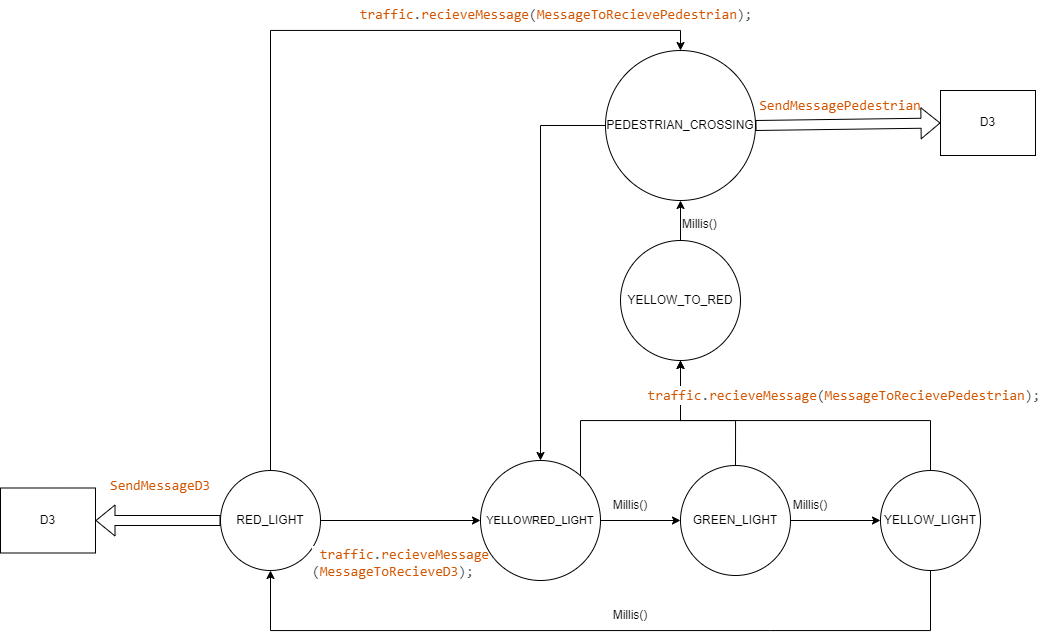
Before: Traffic_light/Diagrams/D1D2 state machine.png, a diagram exported from draw.io (DustyPetrol/Mictrocontrolers_WS2024_Traffic_light). Source tidied: cells renumbered, new cells last; positions are measured from the earlier drawing's top-left corner, leaving out a move shared by most shapes. Its diagram source:
```xml
<mxGraphModel>
  <root>
    <mxCell id="0" />
    <mxCell id="1" parent="0" />
    <mxCell id="2" style="edgeStyle=orthogonalEdgeStyle;rounded=0;jettySize=auto;html=1;" parent="1" edge="1" source="4" target="7">
      <mxGeometry relative="1" as="geometry" />
    </mxCell>
    <mxCell id="3" style="edgeStyle=orthogonalEdgeStyle;rounded=0;jettySize=auto;html=1;entryX=0.5;entryY=0;entryDx=0;entryDy=0;" parent="1" edge="1" source="4" target="22">
      <mxGeometry relative="1" as="geometry">
        <Array as="points">
          <mxPoint x="270" y="30" />
          <mxPoint x="680" y="30" />
        </Array>
      </mxGeometry>
    </mxCell>
    <mxCell id="4" value="RED_LIGHT" style="ellipse;whiteSpace=wrap;html=1;" parent="1" vertex="1">
      <mxGeometry x="220" y="470" width="100" height="100" as="geometry" />
    </mxCell>
    <mxCell id="5" style="edgeStyle=orthogonalEdgeStyle;rounded=0;jettySize=auto;html=1;" parent="1" edge="1" source="7" target="10">
      <mxGeometry relative="1" as="geometry" />
    </mxCell>
    <mxCell id="6" style="edgeStyle=orthogonalEdgeStyle;rounded=0;jettySize=auto;html=1;entryX=0.5;entryY=1;entryDx=0;entryDy=0;" parent="1" edge="1" source="7" target="19">
      <mxGeometry relative="1" as="geometry">
        <Array as="points">
          <mxPoint x="580" y="420" />
          <mxPoint x="680" y="420" />
        </Array>
      </mxGeometry>
    </mxCell>
    <mxCell id="7" value="&lt;font style=&quot;font-size: 11px;&quot;&gt;YELLOWRED_LIGHT&lt;/font&gt;" style="ellipse;whiteSpace=wrap;html=1;" parent="1" vertex="1">
      <mxGeometry x="480" y="460" width="120" height="120" as="geometry" />
    </mxCell>
    <mxCell id="8" style="edgeStyle=orthogonalEdgeStyle;rounded=0;jettySize=auto;html=1;entryX=0;entryY=0.5;entryDx=0;entryDy=0;" parent="1" edge="1" source="10" target="13">
      <mxGeometry relative="1" as="geometry" />
    </mxCell>
    <mxCell id="9" style="edgeStyle=orthogonalEdgeStyle;rounded=0;jettySize=auto;html=1;entryX=0.5;entryY=1;entryDx=0;entryDy=0;" parent="1" edge="1" source="10" target="19">
      <mxGeometry relative="1" as="geometry">
        <Array as="points">
          <mxPoint x="735" y="420" />
          <mxPoint x="680" y="420" />
        </Array>
      </mxGeometry>
    </mxCell>
    <mxCell id="10" value="GREEN_LIGHT" style="ellipse;whiteSpace=wrap;html=1;" parent="1" vertex="1">
      <mxGeometry x="680" y="465" width="110" height="110" as="geometry" />
    </mxCell>
    <mxCell id="11" style="edgeStyle=orthogonalEdgeStyle;rounded=0;jettySize=auto;html=1;exitX=0.5;exitY=1;exitDx=0;exitDy=0;entryX=0.5;entryY=1;entryDx=0;entryDy=0;" parent="1" edge="1" source="13" target="4">
      <mxGeometry relative="1" as="geometry">
        <Array as="points">
          <mxPoint x="770" y="630" />
          <mxPoint x="360" y="630" />
        </Array>
      </mxGeometry>
    </mxCell>
    <mxCell id="12" style="edgeStyle=orthogonalEdgeStyle;rounded=0;jettySize=auto;html=1;entryX=0.5;entryY=1;entryDx=0;entryDy=0;exitX=0.5;exitY=0;exitDx=0;exitDy=0;" parent="1" edge="1" source="13">
      <mxGeometry relative="1" as="geometry">
        <mxPoint x="680" y="350" as="targetPoint" />
        <Array as="points">
          <mxPoint x="930" y="420" />
          <mxPoint x="680" y="420" />
        </Array>
      </mxGeometry>
    </mxCell>
    <mxCell id="13" value="YELLOW_LIGHT" style="ellipse;whiteSpace=wrap;html=1;" parent="1" vertex="1">
      <mxGeometry x="880" y="470" width="100" height="100" as="geometry" />
    </mxCell>
    <mxCell id="14" value="&lt;span style=&quot;color: rgba(0, 0, 0, 0); font-family: monospace; font-size: 0px; text-align: start; text-wrap: nowrap;&quot;&gt;%3CmxGraphModel%3E%3Croot%3E%3CmxCell%20id%3D%220%22%2F%3E%3CmxCell%20id%3D%221%22%20parent%3D%220%22%2F%3E%3CmxCell%20id%3D%222%22%20value%3D%22ReceavedMessage%20%3D%3D%20200%22%20style%3D%22text%3BwhiteSpace%3Dwrap%3B%22%20vertex%3D%221%22%20parent%3D%221%22%3E%3CmxGeometry%20x%3D%22300%22%20y%3D%22-180%22%20width%3D%22120%22%20height%3D%2240%22%20as%3D%22geometry%22%2F%3E%3C%2FmxCell%3E%3C%2Froot%3E%3C%2FmxGraphModel%3E&lt;/span&gt;" style="text;html=1;align=center;verticalAlign=middle;whiteSpace=wrap;rounded=0;" parent="1" vertex="1">
      <mxGeometry x="400" y="490" width="60" height="30" as="geometry" />
    </mxCell>
    <mxCell id="15" value="Millis()" style="text;html=1;align=center;verticalAlign=middle;whiteSpace=wrap;rounded=0;" parent="1" vertex="1">
      <mxGeometry x="600" y="490" width="60" height="30" as="geometry" />
    </mxCell>
    <mxCell id="16" value="Millis()" style="text;html=1;align=center;verticalAlign=middle;whiteSpace=wrap;rounded=0;" parent="1" vertex="1">
      <mxGeometry x="780" y="490" width="60" height="30" as="geometry" />
    </mxCell>
    <mxCell id="17" value="Millis()" style="text;html=1;align=center;verticalAlign=middle;whiteSpace=wrap;rounded=0;" parent="1" vertex="1">
      <mxGeometry x="600" y="600" width="60" height="30" as="geometry" />
    </mxCell>
    <mxCell id="18" style="edgeStyle=orthogonalEdgeStyle;rounded=0;jettySize=auto;html=1;entryX=0.5;entryY=1;entryDx=0;entryDy=0;" parent="1" edge="1" source="19" target="22">
      <mxGeometry relative="1" as="geometry" />
    </mxCell>
    <mxCell id="19" value="YELLOW_TO_RED" style="ellipse;whiteSpace=wrap;html=1;" parent="1" vertex="1">
      <mxGeometry x="620" y="240" width="120" height="120" as="geometry" />
    </mxCell>
    <mxCell id="20" value="&lt;div style=&quot;color: rgb(78, 91, 97); background-color: rgb(255, 255, 255); font-family: Consolas, &amp;quot;Courier New&amp;quot;, monospace; font-size: 14px; line-height: 19px; white-space: pre;&quot;&gt;&amp;nbsp;&lt;span style=&quot;color: #d35400;&quot;&gt;traffic&lt;/span&gt;.&lt;span style=&quot;color: #d35400;&quot;&gt;recieveMessage&lt;/span&gt;&lt;span style=&quot;color: #434f54;&quot;&gt;(&lt;/span&gt;&lt;span style=&quot;color: rgb(211, 84, 0);&quot;&gt;MessageToRecievePedestrian&lt;/span&gt;&lt;span style=&quot;color: rgb(67, 79, 84);&quot;&gt;)&lt;/span&gt;;&lt;br&gt;&lt;/div&gt;" style="text;html=1;align=center;verticalAlign=middle;whiteSpace=wrap;rounded=0;" parent="1" vertex="1">
      <mxGeometry x="810" y="380" width="60" height="30" as="geometry" />
    </mxCell>
    <mxCell id="21" style="edgeStyle=orthogonalEdgeStyle;rounded=0;jettySize=auto;html=1;entryX=0.5;entryY=0;entryDx=0;entryDy=0;" parent="1" edge="1" source="22" target="7">
      <mxGeometry relative="1" as="geometry" />
    </mxCell>
    <mxCell id="22" value="PEDESTRIAN_CROSSING" style="ellipse;whiteSpace=wrap;html=1;" parent="1" vertex="1">
      <mxGeometry x="605" y="50" width="150" height="150" as="geometry" />
    </mxCell>
    <mxCell id="23" value="&lt;span style=&quot;color: rgb(0, 0, 0); font-family: Helvetica; font-size: 12px; font-style: normal; font-variant-ligatures: normal; font-variant-caps: normal; font-weight: 400; letter-spacing: normal; orphans: 2; text-align: center; text-indent: 0px; text-transform: none; widows: 2; word-spacing: 0px; -webkit-text-stroke-width: 0px; white-space: normal; background-color: rgb(251, 251, 251); text-decoration-thickness: initial; text-decoration-style: initial; text-decoration-color: initial; display: inline !important; float: none;&quot;&gt;Millis()&lt;/span&gt;" style="text;whiteSpace=wrap;html=1;" parent="1" vertex="1">
      <mxGeometry x="680" y="210" width="70" height="40" as="geometry" />
    </mxCell>
    <mxCell id="24" value="&lt;span style=&quot;color: rgb(78, 91, 97); font-family: Consolas, &amp;quot;Courier New&amp;quot;, monospace; font-size: 14px; text-align: center; white-space: pre; background-color: rgb(255, 255, 255);&quot;&gt;&amp;nbsp;&lt;/span&gt;&lt;span style=&quot;font-family: Consolas, &amp;quot;Courier New&amp;quot;, monospace; font-size: 14px; text-align: center; white-space: pre; color: rgb(211, 84, 0);&quot;&gt;traffic&lt;/span&gt;&lt;span style=&quot;color: rgb(78, 91, 97); font-family: Consolas, &amp;quot;Courier New&amp;quot;, monospace; font-size: 14px; text-align: center; white-space: pre; background-color: rgb(255, 255, 255);&quot;&gt;.&lt;/span&gt;&lt;span style=&quot;font-family: Consolas, &amp;quot;Courier New&amp;quot;, monospace; font-size: 14px; text-align: center; white-space: pre; color: rgb(211, 84, 0);&quot;&gt;recieveMessage&lt;/span&gt;&lt;span style=&quot;font-family: Consolas, &amp;quot;Courier New&amp;quot;, monospace; font-size: 14px; text-align: center; white-space: pre; color: rgb(67, 79, 84);&quot;&gt;(&lt;/span&gt;&lt;span style=&quot;font-family: Consolas, &amp;quot;Courier New&amp;quot;, monospace; font-size: 14px; text-align: center; white-space: pre; color: rgb(211, 84, 0);&quot;&gt;MessageToRecievePedestrian&lt;/span&gt;&lt;span style=&quot;font-family: Consolas, &amp;quot;Courier New&amp;quot;, monospace; font-size: 14px; text-align: center; white-space: pre; color: rgb(67, 79, 84);&quot;&gt;)&lt;/span&gt;&lt;span style=&quot;color: rgb(78, 91, 97); font-family: Consolas, &amp;quot;Courier New&amp;quot;, monospace; font-size: 14px; text-align: center; white-space: pre; background-color: rgb(255, 255, 255);&quot;&gt;;&lt;/span&gt;" style="text;whiteSpace=wrap;html=1;" parent="1" vertex="1">
      <mxGeometry x="350" width="90" height="30" as="geometry" />
    </mxCell>
    <mxCell id="25" value="&lt;span style=&quot;color: rgb(78, 91, 97); font-family: Consolas, &amp;quot;Courier New&amp;quot;, monospace; font-size: 14px; text-align: center; white-space: pre; background-color: rgb(255, 255, 255);&quot;&gt;&amp;nbsp;&lt;/span&gt;&lt;span style=&quot;font-family: Consolas, &amp;quot;Courier New&amp;quot;, monospace; font-size: 14px; text-align: center; white-space: pre; color: rgb(211, 84, 0);&quot;&gt;traffic&lt;/span&gt;&lt;span style=&quot;color: rgb(78, 91, 97); font-family: Consolas, &amp;quot;Courier New&amp;quot;, monospace; font-size: 14px; text-align: center; white-space: pre; background-color: rgb(255, 255, 255);&quot;&gt;.&lt;/span&gt;&lt;span style=&quot;font-family: Consolas, &amp;quot;Courier New&amp;quot;, monospace; font-size: 14px; text-align: center; white-space: pre; color: rgb(211, 84, 0);&quot;&gt;recieveMessage&lt;/span&gt;&lt;div&gt;&lt;span style=&quot;font-family: Consolas, &amp;quot;Courier New&amp;quot;, monospace; font-size: 14px; text-align: center; white-space: pre; color: rgb(67, 79, 84);&quot;&gt;(&lt;/span&gt;&lt;span style=&quot;font-family: Consolas, &amp;quot;Courier New&amp;quot;, monospace; font-size: 14px; text-align: center; white-space: pre; color: rgb(211, 84, 0);&quot;&gt;MessageToRecieveD3&lt;/span&gt;&lt;span style=&quot;font-family: Consolas, &amp;quot;Courier New&amp;quot;, monospace; font-size: 14px; text-align: center; white-space: pre; color: rgb(67, 79, 84);&quot;&gt;)&lt;/span&gt;&lt;span style=&quot;color: rgb(78, 91, 97); font-family: Consolas, &amp;quot;Courier New&amp;quot;, monospace; font-size: 14px; text-align: center; white-space: pre; background-color: rgb(255, 255, 255);&quot;&gt;;&lt;/span&gt;&lt;/div&gt;" style="text;whiteSpace=wrap;html=1;" parent="1" vertex="1">
      <mxGeometry x="310" y="540" width="130" height="40" as="geometry" />
    </mxCell>
    <mxCell id="26" style="shape=flexArrow;endArrow=classic;html=1;rounded=0;exitX=0;exitY=0.5;exitDx=0;exitDy=0;entryX=1;entryY=0.5;entryDx=0;entryDy=0;" parent="1" edge="1" source="4" target="27">
      <mxGeometry relative="1" as="geometry" />
    </mxCell>
    <mxCell id="27" value="D3" style="rounded=0;whiteSpace=wrap;html=1;" parent="1" vertex="1">
      <mxGeometry y="487.5" width="95" height="65" as="geometry" />
    </mxCell>
    <mxCell id="28" value="&lt;div style=&quot;color: rgb(78, 91, 97); background-color: rgb(255, 255, 255); font-family: Consolas, &amp;quot;Courier New&amp;quot;, monospace; font-size: 14px; line-height: 19px; white-space: pre;&quot;&gt;&lt;span style=&quot;color: #d35400;&quot;&gt;SendMessageD3&lt;/span&gt;&lt;/div&gt;" style="text;html=1;align=center;verticalAlign=middle;whiteSpace=wrap;rounded=0;" parent="1" vertex="1">
      <mxGeometry x="130" y="470" width="60" height="30" as="geometry" />
    </mxCell>
    <mxCell id="29" value="D3" style="rounded=0;whiteSpace=wrap;html=1;" parent="1" vertex="1">
      <mxGeometry x="940" y="90" width="95" height="65" as="geometry" />
    </mxCell>
    <mxCell id="30" value="&lt;div style=&quot;color: rgb(78, 91, 97); background-color: rgb(255, 255, 255); font-family: Consolas, &amp;quot;Courier New&amp;quot;, monospace; font-size: 14px; line-height: 19px; white-space: pre;&quot;&gt;&lt;span style=&quot;color: #d35400;&quot;&gt;SendMessagePedestrian&lt;/span&gt;&lt;/div&gt;" style="text;html=1;align=center;verticalAlign=middle;whiteSpace=wrap;rounded=0;" parent="1" vertex="1">
      <mxGeometry x="810" y="90" width="60" height="30" as="geometry" />
    </mxCell>
    <mxCell id="31" style="shape=flexArrow;endArrow=classic;html=1;rounded=0;exitX=1;exitY=0.5;exitDx=0;exitDy=0;entryX=0;entryY=0.5;entryDx=0;entryDy=0;" parent="1" edge="1" source="22" target="29">
      <mxGeometry relative="1" as="geometry" />
    </mxCell>
  </root>
</mxGraphModel>
```
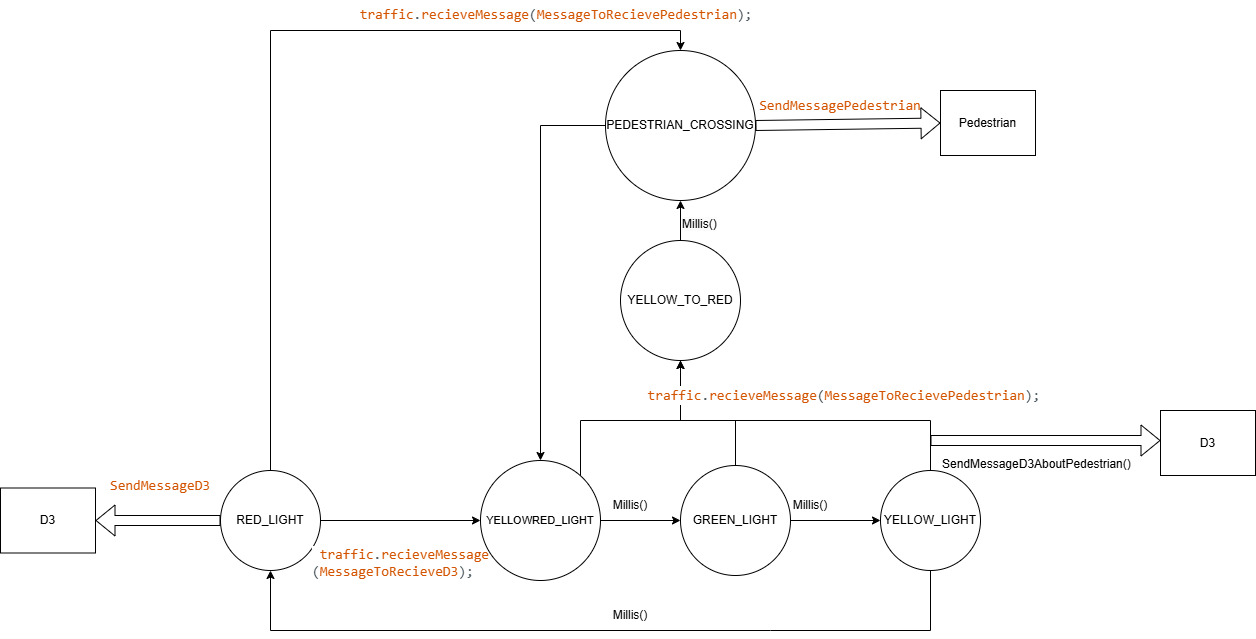
Above is the later version.

Change to the diagram source:
```diff
@@ -52,15 +52,15 @@
         </Array>
       </mxGeometry>
     </mxCell>
-    <mxCell id="12" style="edgeStyle=orthogonalEdgeStyle;rounded=0;jettySize=auto;html=1;entryX=0.5;entryY=1;entryDx=0;entryDy=0;exitX=0.5;exitY=0;exitDx=0;exitDy=0;" parent="1" edge="1" source="13">
-      <mxGeometry relative="1" as="geometry">
-        <mxPoint x="680" y="350" as="targetPoint" />
-        <Array as="points">
-          <mxPoint x="930" y="420" />
-          <mxPoint x="680" y="420" />
-        </Array>
-      </mxGeometry>
-    </mxCell>
+    <mxCell id="32" style="edgeStyle=orthogonalEdgeStyle;rounded=0;jettySize=auto;html=1;entryX=0.5;entryY=1;entryDx=0;entryDy=0;exitX=0.5;exitY=0;exitDx=0;exitDy=0;" parent="1" edge="1" source="13">
+      <mxGeometry relative="1" as="geometry">
+        <mxPoint x="680" y="350" as="targetPoint" />
+        <Array as="points">
+          <mxPoint x="930" y="420" />
+          <mxPoint x="680" y="420" />
+        </Array>
+      </mxGeometry>
+    </mxCell>
     <mxCell id="13" value="YELLOW_LIGHT" style="ellipse;whiteSpace=wrap;html=1;" parent="1" vertex="1">
       <mxGeometry x="880" y="470" width="100" height="100" as="geometry" />
     </mxCell>
@@ -109,14 +109,26 @@
     <mxCell id="28" value="&lt;div style=&quot;color: rgb(78, 91, 97); background-color: rgb(255, 255, 255); font-family: Consolas, &amp;quot;Courier New&amp;quot;, monospace; font-size: 14px; line-height: 19px; white-space: pre;&quot;&gt;&lt;span style=&quot;color: #d35400;&quot;&gt;SendMessageD3&lt;/span&gt;&lt;/div&gt;" style="text;html=1;align=center;verticalAlign=middle;whiteSpace=wrap;rounded=0;" parent="1" vertex="1">
       <mxGeometry x="130" y="470" width="60" height="30" as="geometry" />
     </mxCell>
+    <mxCell id="33" value="Pedestrian" style="rounded=0;whiteSpace=wrap;html=1;" parent="1" vertex="1">
+      <mxGeometry x="940" y="90" width="95" height="65" as="geometry" />
+    </mxCell>
+    <mxCell id="30" value="&lt;div style=&quot;color: rgb(78, 91, 97); background-color: rgb(255, 255, 255); font-family: Consolas, &amp;quot;Courier New&amp;quot;, monospace; font-size: 14px; line-height: 19px; white-space: pre;&quot;&gt;&lt;span style=&quot;color: #d35400;&quot;&gt;SendMessagePedestrian&lt;/span&gt;&lt;/div&gt;" style="text;html=1;align=center;verticalAlign=middle;whiteSpace=wrap;rounded=0;" parent="1" vertex="1">
+      <mxGeometry x="810" y="90" width="60" height="30" as="geometry" />
+    </mxCell>
+    <mxCell id="34" style="shape=flexArrow;endArrow=classic;html=1;rounded=0;exitX=1;exitY=0.5;exitDx=0;exitDy=0;entryX=0;entryY=0.5;entryDx=0;entryDy=0;" parent="1" edge="1" source="22" target="33">
+      <mxGeometry relative="1" as="geometry" />
+    </mxCell>
+    <mxCell id="35" style="shape=flexArrow;endArrow=classic;html=1;rounded=0;" parent="1" edge="1">
+      <mxGeometry relative="1" as="geometry">
+        <mxPoint x="930" y="440" as="sourcePoint" />
+        <mxPoint x="1160" y="440" as="targetPoint" />
+      </mxGeometry>
+    </mxCell>
     <mxCell id="29" value="D3" style="rounded=0;whiteSpace=wrap;html=1;" parent="1" vertex="1">
-      <mxGeometry x="940" y="90" width="95" height="65" as="geometry" />
+      <mxGeometry x="1160" y="410" width="95" height="65" as="geometry" />
     </mxCell>
-    <mxCell id="30" value="&lt;div style=&quot;color: rgb(78, 91, 97); background-color: rgb(255, 255, 255); font-family: Consolas, &amp;quot;Courier New&amp;quot;, monospace; font-size: 14px; line-height: 19px; white-space: pre;&quot;&gt;&lt;span style=&quot;color: #d35400;&quot;&gt;SendMessagePedestrian&lt;/span&gt;&lt;/div&gt;" style="text;html=1;align=center;verticalAlign=middle;whiteSpace=wrap;rounded=0;" parent="1" vertex="1">
-      <mxGeometry x="810" y="90" width="60" height="30" as="geometry" />
-    </mxCell>
-    <mxCell id="31" style="shape=flexArrow;endArrow=classic;html=1;rounded=0;exitX=1;exitY=0.5;exitDx=0;exitDy=0;entryX=0;entryY=0.5;entryDx=0;entryDy=0;" parent="1" edge="1" source="22" target="29">
-      <mxGeometry relative="1" as="geometry" />
-    </mxCell>
+    <mxCell id="36" value="SendMessageD3AboutPedestrian()" style="text;whiteSpace=wrap;" parent="1" vertex="1">
+      <mxGeometry x="940" y="450" width="220" height="40" as="geometry" />
+    </mxCell>
   </root>
 </mxGraphModel>
```
